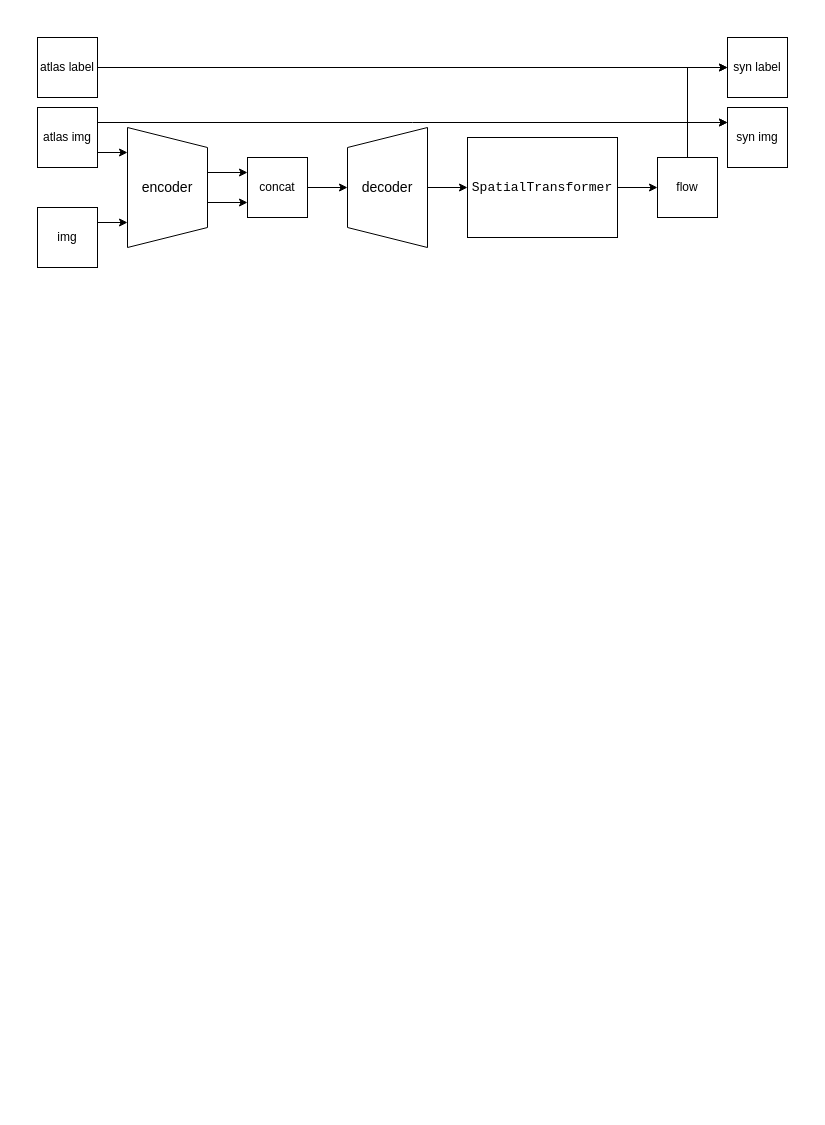
Earlier version of the draw.io diagram v1304.drawio (moreMizzh/drawio). Source tidied: cells renumbered, new cells numbered last; positions are measured from the earlier drawing's top-left corner, leaving out a move shared by most shapes. Both pictures are drawn from the tidied source at 100%, with x=0, y=0 at pixel (37, 37).
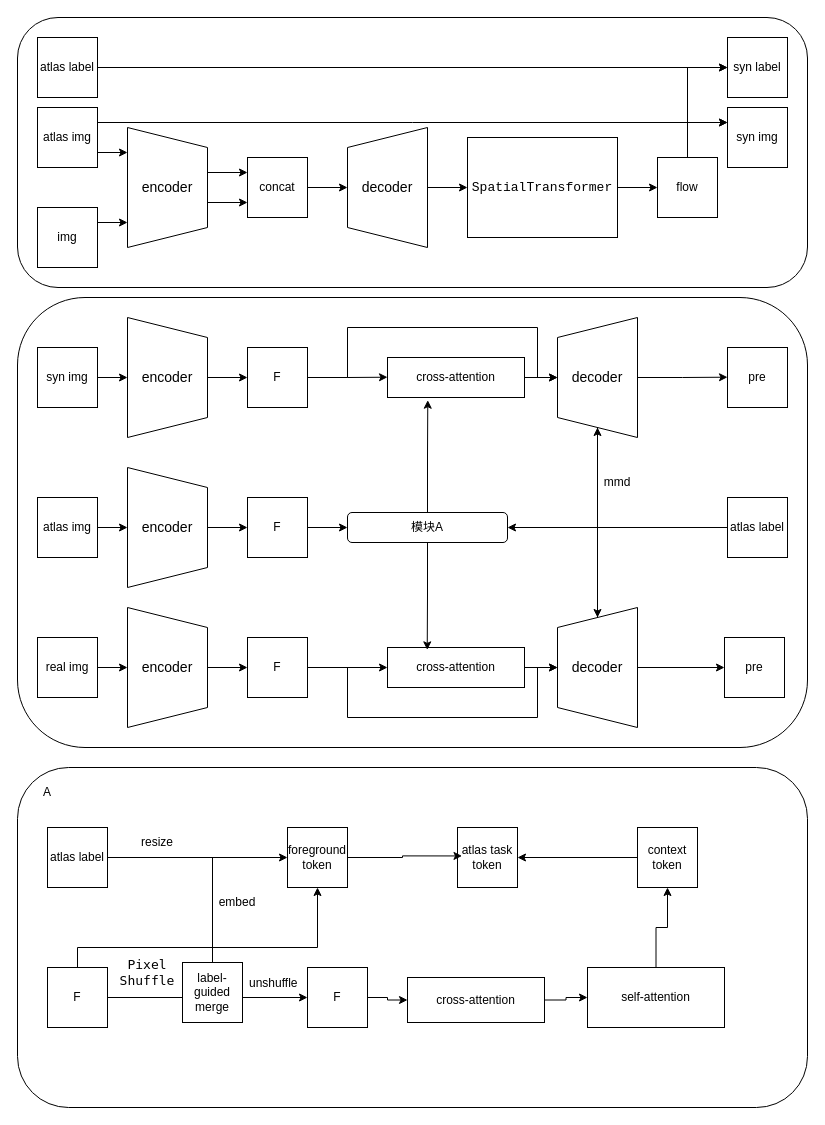
The same diagram, later.

Change to the diagram source:
```diff
@@
+    <mxCell id="29" value="&lt;div&gt;&lt;br/&gt;&lt;/div&gt;" style="rounded=1;whiteSpace=wrap;html=1;fillColor=none;" parent="1" vertex="1">
+      <mxGeometry x="-20" y="730" width="790" height="340" as="geometry" />
+    </mxCell>
+    <mxCell id="30" value="&lt;span style=&quot;font-family: ui-monospace, SFMono-Regular, &amp;quot;SF Mono&amp;quot;, Menlo, Consolas, &amp;quot;Liberation Mono&amp;quot;, monospace; font-size: 13px; text-align: start; background-color: oklab(0.999994 0.0000455678 0.0000200868 / 0.0470588);&quot;&gt;&lt;font style=&quot;color: rgb(0, 0, 0);&quot;&gt;Pixel&lt;/font&gt;&lt;/span&gt;&lt;div&gt;&lt;span style=&quot;font-family: ui-monospace, SFMono-Regular, &amp;quot;SF Mono&amp;quot;, Menlo, Consolas, &amp;quot;Liberation Mono&amp;quot;, monospace; font-size: 13px; text-align: start; background-color: oklab(0.999994 0.0000455678 0.0000200868 / 0.0470588);&quot;&gt;&lt;font style=&quot;color: rgb(0, 0, 0);&quot;&gt;Shuffle&lt;/font&gt;&lt;/span&gt;&lt;/div&gt;" style="text;html=1;whiteSpace=wrap;strokeColor=none;fillColor=none;align=center;verticalAlign=middle;rounded=0;" parent="1" vertex="1">
+      <mxGeometry x="70" y="920" width="80" height="30" as="geometry" />
+    </mxCell>
+    <mxCell id="31" style="rounded=1;whiteSpace=wrap;html=1;fillColor=none;" parent="1" vertex="1">
+      <mxGeometry x="-20" y="-20" width="790" height="270" as="geometry" />
+    </mxCell>
+    <mxCell id="32" style="rounded=1;whiteSpace=wrap;html=1;fillColor=none;" parent="1" vertex="1">
+      <mxGeometry x="-20" y="260" width="790" height="450" as="geometry" />
+    </mxCell>
@@
+    <mxCell id="33" style="group;" parent="1" vertex="1">
+      <mxGeometry x="90" y="280" width="80" height="120" as="geometry" />
+    </mxCell>
+    <mxCell id="34" style="shape=trapezoid;perimeter=trapezoidPerimeter;whiteSpace=wrap;html=1;fixedSize=1;rotation=90;" parent="33" vertex="1">
+      <mxGeometry x="-20" y="20" width="120" height="80" as="geometry" />
+    </mxCell>
+    <mxCell id="35" value="&lt;font style=&quot;font-size: 14px;&quot;&gt;encoder&lt;/font&gt;" style="text;html=1;whiteSpace=wrap;strokeColor=none;fillColor=none;align=center;verticalAlign=middle;rounded=0;" parent="33" vertex="1">
+      <mxGeometry y="30" width="80" height="60" as="geometry" />
+    </mxCell>
+    <mxCell id="36" style="edgeStyle=orthogonalEdgeStyle;rounded=0;jettySize=auto;html=1;exitX=1;exitY=0.5;exitDx=0;exitDy=0;entryX=0;entryY=0.5;entryDx=0;entryDy=0;" parent="1" edge="1" source="37" target="35">
+      <mxGeometry relative="1" as="geometry" />
+    </mxCell>
+    <mxCell id="37" value="syn img" style="whiteSpace=wrap;html=1;" parent="1" vertex="1">
+      <mxGeometry y="310" width="60" height="60" as="geometry" />
+    </mxCell>
+    <mxCell id="38" style="group;" parent="1" vertex="1">
+      <mxGeometry x="90" y="570" width="80" height="120" as="geometry" />
+    </mxCell>
+    <mxCell id="39" style="shape=trapezoid;perimeter=trapezoidPerimeter;whiteSpace=wrap;html=1;fixedSize=1;rotation=90;" parent="38" vertex="1">
+      <mxGeometry x="-20" y="20" width="120" height="80" as="geometry" />
+    </mxCell>
+    <mxCell id="40" value="&lt;font style=&quot;font-size: 14px;&quot;&gt;encoder&lt;/font&gt;" style="text;html=1;whiteSpace=wrap;strokeColor=none;fillColor=none;align=center;verticalAlign=middle;rounded=0;" parent="38" vertex="1">
+      <mxGeometry y="30" width="80" height="60" as="geometry" />
+    </mxCell>
+    <mxCell id="41" style="edgeStyle=orthogonalEdgeStyle;rounded=0;jettySize=auto;html=1;exitX=1;exitY=0.5;exitDx=0;exitDy=0;entryX=0;entryY=0.5;entryDx=0;entryDy=0;" parent="1" edge="1" source="42" target="40">
+      <mxGeometry relative="1" as="geometry" />
+    </mxCell>
+    <mxCell id="42" value="real img" style="whiteSpace=wrap;html=1;" parent="1" vertex="1">
+      <mxGeometry y="600" width="60" height="60" as="geometry" />
+    </mxCell>
+    <mxCell id="43" style="group;" parent="1" vertex="1">
+      <mxGeometry x="90" y="430" width="80" height="120" as="geometry" />
+    </mxCell>
+    <mxCell id="44" style="shape=trapezoid;perimeter=trapezoidPerimeter;whiteSpace=wrap;html=1;fixedSize=1;rotation=90;" parent="43" vertex="1">
+      <mxGeometry x="-20" y="20" width="120" height="80" as="geometry" />
+    </mxCell>
+    <mxCell id="45" value="&lt;font style=&quot;font-size: 14px;&quot;&gt;encoder&lt;/font&gt;" style="text;html=1;whiteSpace=wrap;strokeColor=none;fillColor=none;align=center;verticalAlign=middle;rounded=0;" parent="43" vertex="1">
+      <mxGeometry y="30" width="80" height="60" as="geometry" />
+    </mxCell>
+    <mxCell id="46" style="edgeStyle=orthogonalEdgeStyle;rounded=0;jettySize=auto;html=1;exitX=1;exitY=0.5;exitDx=0;exitDy=0;entryX=0;entryY=0.5;entryDx=0;entryDy=0;" parent="1" edge="1" source="47" target="45">
+      <mxGeometry relative="1" as="geometry" />
+    </mxCell>
+    <mxCell id="47" value="atlas img" style="whiteSpace=wrap;html=1;" parent="1" vertex="1">
+      <mxGeometry y="460" width="60" height="60" as="geometry" />
+    </mxCell>
+    <mxCell id="48" style="edgeStyle=orthogonalEdgeStyle;rounded=0;jettySize=auto;html=1;exitX=0;exitY=0.5;exitDx=0;exitDy=0;entryX=1;entryY=0.5;entryDx=0;entryDy=0;" parent="1" edge="1" source="49" target="53">
+      <mxGeometry relative="1" as="geometry" />
+    </mxCell>
+    <mxCell id="49" value="atlas label" style="whiteSpace=wrap;html=1;" parent="1" vertex="1">
+      <mxGeometry x="690" y="460" width="60" height="60" as="geometry" />
+    </mxCell>
+    <mxCell id="50" style="edgeStyle=orthogonalEdgeStyle;rounded=0;jettySize=auto;html=1;exitX=1;exitY=0.5;exitDx=0;exitDy=0;entryX=0;entryY=0.5;entryDx=0;entryDy=0;" parent="1" edge="1" source="51" target="53">
+      <mxGeometry relative="1" as="geometry" />
+    </mxCell>
+    <mxCell id="51" value="F" style="whiteSpace=wrap;html=1;" parent="1" vertex="1">
+      <mxGeometry x="210" y="460" width="60" height="60" as="geometry" />
+    </mxCell>
+    <mxCell id="52" style="edgeStyle=orthogonalEdgeStyle;rounded=0;jettySize=auto;html=1;exitX=1;exitY=0.5;exitDx=0;exitDy=0;entryX=0;entryY=0.5;entryDx=0;entryDy=0;" parent="1" edge="1" source="45" target="51">
+      <mxGeometry relative="1" as="geometry" />
+    </mxCell>
+    <mxCell id="53" value="模块A" style="rounded=1;whiteSpace=wrap;html=1;" parent="1" vertex="1">
+      <mxGeometry x="310" y="475" width="160" height="30" as="geometry" />
+    </mxCell>
+    <mxCell id="54" style="edgeStyle=orthogonalEdgeStyle;rounded=0;jettySize=auto;html=1;exitX=1;exitY=0.5;exitDx=0;exitDy=0;" parent="1" edge="1" source="56">
+      <mxGeometry relative="1" as="geometry">
+        <mxPoint x="350" y="339.7" as="targetPoint" />
+      </mxGeometry>
+    </mxCell>
+    <mxCell id="55" style="edgeStyle=orthogonalEdgeStyle;rounded=0;jettySize=auto;html=1;exitX=1;exitY=0.5;exitDx=0;exitDy=0;entryX=0;entryY=0.5;entryDx=0;entryDy=0;" parent="1" edge="1" source="56" target="71">
+      <mxGeometry relative="1" as="geometry">
+        <Array as="points">
+          <mxPoint x="310" y="340" />
+          <mxPoint x="310" y="290" />
+          <mxPoint x="500" y="290" />
+          <mxPoint x="500" y="340" />
+        </Array>
+      </mxGeometry>
+    </mxCell>
+    <mxCell id="56" value="F" style="whiteSpace=wrap;html=1;" parent="1" vertex="1">
+      <mxGeometry x="210" y="310" width="60" height="60" as="geometry" />
+    </mxCell>
+    <mxCell id="57" style="edgeStyle=orthogonalEdgeStyle;rounded=0;jettySize=auto;html=1;exitX=1;exitY=0.5;exitDx=0;exitDy=0;entryX=0;entryY=0.5;entryDx=0;entryDy=0;" parent="1" edge="1" source="59" target="65">
+      <mxGeometry relative="1" as="geometry" />
+    </mxCell>
+    <mxCell id="58" style="edgeStyle=orthogonalEdgeStyle;rounded=0;jettySize=auto;html=1;exitX=1;exitY=0.5;exitDx=0;exitDy=0;entryX=0;entryY=0.5;entryDx=0;entryDy=0;" parent="1" edge="1" source="59" target="74">
+      <mxGeometry relative="1" as="geometry">
+        <Array as="points">
+          <mxPoint x="310" y="630" />
+          <mxPoint x="310" y="680" />
+          <mxPoint x="500" y="680" />
+          <mxPoint x="500" y="630" />
+        </Array>
+      </mxGeometry>
+    </mxCell>
+    <mxCell id="59" value="F" style="whiteSpace=wrap;html=1;" parent="1" vertex="1">
+      <mxGeometry x="210" y="600" width="60" height="60" as="geometry" />
+    </mxCell>
+    <mxCell id="60" style="edgeStyle=orthogonalEdgeStyle;rounded=0;jettySize=auto;html=1;exitX=1;exitY=0.5;exitDx=0;exitDy=0;entryX=0;entryY=0.5;entryDx=0;entryDy=0;" parent="1" edge="1" source="40" target="59">
+      <mxGeometry relative="1" as="geometry" />
+    </mxCell>
+    <mxCell id="61" style="edgeStyle=orthogonalEdgeStyle;rounded=0;jettySize=auto;html=1;exitX=1;exitY=0.5;exitDx=0;exitDy=0;entryX=0;entryY=0.5;entryDx=0;entryDy=0;" parent="1" edge="1" source="35" target="56">
+      <mxGeometry relative="1" as="geometry" />
+    </mxCell>
+    <mxCell id="62" style="edgeStyle=orthogonalEdgeStyle;rounded=0;jettySize=auto;html=1;exitX=1;exitY=0.5;exitDx=0;exitDy=0;entryX=0;entryY=0.5;entryDx=0;entryDy=0;" parent="1" edge="1" source="63" target="71">
+      <mxGeometry relative="1" as="geometry" />
+    </mxCell>
+    <mxCell id="63" value="cross-attention" style="whiteSpace=wrap;html=1;" parent="1" vertex="1">
+      <mxGeometry x="350" y="320" width="137" height="40" as="geometry" />
+    </mxCell>
+    <mxCell id="64" style="edgeStyle=orthogonalEdgeStyle;rounded=0;jettySize=auto;html=1;exitX=1;exitY=0.5;exitDx=0;exitDy=0;entryX=0;entryY=0.5;entryDx=0;entryDy=0;" parent="1" edge="1" source="65" target="74">
+      <mxGeometry relative="1" as="geometry" />
+    </mxCell>
+    <mxCell id="65" value="cross-attention" style="whiteSpace=wrap;html=1;" parent="1" vertex="1">
+      <mxGeometry x="350" y="610" width="137" height="40" as="geometry" />
+    </mxCell>
+    <mxCell id="66" style="edgeStyle=orthogonalEdgeStyle;rounded=0;jettySize=auto;html=1;exitX=0.5;exitY=1;exitDx=0;exitDy=0;entryX=0.29;entryY=0.059;entryDx=0;entryDy=0;entryPerimeter=0;" parent="1" edge="1" source="53" target="65">
+      <mxGeometry relative="1" as="geometry" />
+    </mxCell>
+    <mxCell id="67" style="edgeStyle=orthogonalEdgeStyle;rounded=0;jettySize=auto;html=1;exitX=0.5;exitY=0;exitDx=0;exitDy=0;entryX=0.294;entryY=1.068;entryDx=0;entryDy=0;entryPerimeter=0;" parent="1" edge="1" source="53" target="63">
+      <mxGeometry relative="1" as="geometry" />
+    </mxCell>
+    <mxCell id="68" style="group;" parent="1" vertex="1">
+      <mxGeometry x="520" y="280" width="80" height="120" as="geometry" />
+    </mxCell>
+    <mxCell id="69" style="shape=trapezoid;perimeter=trapezoidPerimeter;whiteSpace=wrap;html=1;fixedSize=1;rotation=-90;" parent="68" vertex="1">
+      <mxGeometry x="-20" y="20" width="120" height="80" as="geometry" />
+    </mxCell>
+    <mxCell id="70" style="edgeStyle=orthogonalEdgeStyle;rounded=0;jettySize=auto;html=1;exitX=1;exitY=0.5;exitDx=0;exitDy=0;" parent="68" edge="1" source="71">
+      <mxGeometry relative="1" as="geometry">
+        <mxPoint x="170" y="59.7" as="targetPoint" />
+      </mxGeometry>
+    </mxCell>
+    <mxCell id="71" value="&lt;font style=&quot;font-size: 14px;&quot;&gt;decoder&lt;/font&gt;" style="text;html=1;whiteSpace=wrap;strokeColor=none;fillColor=none;align=center;verticalAlign=middle;rounded=0;" parent="68" vertex="1">
+      <mxGeometry y="30" width="80" height="60" as="geometry" />
+    </mxCell>
+    <mxCell id="72" style="group;" parent="1" vertex="1">
+      <mxGeometry x="520" y="570" width="80" height="120" as="geometry" />
+    </mxCell>
+    <mxCell id="73" style="shape=trapezoid;perimeter=trapezoidPerimeter;whiteSpace=wrap;html=1;fixedSize=1;rotation=-90;" parent="72" vertex="1">
+      <mxGeometry x="-20" y="20" width="120" height="80" as="geometry" />
+    </mxCell>
+    <mxCell id="74" value="&lt;font style=&quot;font-size: 14px;&quot;&gt;decoder&lt;/font&gt;" style="text;html=1;whiteSpace=wrap;strokeColor=none;fillColor=none;align=center;verticalAlign=middle;rounded=0;" parent="72" vertex="1">
+      <mxGeometry y="30" width="80" height="60" as="geometry" />
+    </mxCell>
+    <mxCell id="75" style="edgeStyle=orthogonalEdgeStyle;rounded=0;jettySize=auto;html=1;exitX=0;exitY=0.5;exitDx=0;exitDy=0;entryX=1;entryY=0.5;entryDx=0;entryDy=0;" parent="1" edge="1" source="69" target="73">
+      <mxGeometry relative="1" as="geometry" />
+    </mxCell>
+    <mxCell id="76" style="edgeStyle=orthogonalEdgeStyle;rounded=0;jettySize=auto;html=1;exitX=1;exitY=0.5;exitDx=0;exitDy=0;entryX=0;entryY=0.5;entryDx=0;entryDy=0;" parent="1" edge="1" source="73" target="69">
+      <mxGeometry relative="1" as="geometry" />
+    </mxCell>
+    <mxCell id="77" value="mmd" style="text;html=1;whiteSpace=wrap;strokeColor=none;fillColor=none;align=center;verticalAlign=middle;rounded=0;" parent="1" vertex="1">
+      <mxGeometry x="550" y="430" width="60" height="30" as="geometry" />
+    </mxCell>
+    <mxCell id="78" value="pre" style="whiteSpace=wrap;html=1;" parent="1" vertex="1">
+      <mxGeometry x="690" y="310" width="60" height="60" as="geometry" />
+    </mxCell>
+    <mxCell id="79" style="edgeStyle=orthogonalEdgeStyle;rounded=0;jettySize=auto;html=1;exitX=1;exitY=0.5;exitDx=0;exitDy=0;entryX=0;entryY=0.5;entryDx=0;entryDy=0;" parent="1" edge="1" source="81" target="85">
+      <mxGeometry relative="1" as="geometry" />
+    </mxCell>
+    <mxCell id="80" style="edgeStyle=orthogonalEdgeStyle;rounded=0;jettySize=auto;html=1;exitX=1;exitY=0.5;exitDx=0;exitDy=0;entryX=0.5;entryY=0;entryDx=0;entryDy=0;" parent="1" edge="1" source="81" target="90">
+      <mxGeometry relative="1" as="geometry" />
+    </mxCell>
+    <mxCell id="81" value="atlas label" style="whiteSpace=wrap;html=1;" parent="1" vertex="1">
+      <mxGeometry x="10" y="790" width="60" height="60" as="geometry" />
+    </mxCell>
+    <mxCell id="82" style="edgeStyle=orthogonalEdgeStyle;rounded=0;jettySize=auto;html=1;exitX=1;exitY=0.5;exitDx=0;exitDy=0;entryX=0;entryY=0.5;entryDx=0;entryDy=0;" parent="1" edge="1" source="90" target="87">
+      <mxGeometry relative="1" as="geometry" />
+    </mxCell>
+    <mxCell id="83" style="edgeStyle=orthogonalEdgeStyle;rounded=0;jettySize=auto;html=1;exitX=0.5;exitY=0;exitDx=0;exitDy=0;entryX=0.5;entryY=1;entryDx=0;entryDy=0;" parent="1" edge="1" source="84" target="85">
+      <mxGeometry relative="1" as="geometry">
+        <Array as="points">
+          <mxPoint x="40" y="910" />
+          <mxPoint x="280" y="910" />
+        </Array>
+      </mxGeometry>
+    </mxCell>
+    <mxCell id="84" value="F" style="whiteSpace=wrap;html=1;" parent="1" vertex="1">
+      <mxGeometry x="10" y="930" width="60" height="60" as="geometry" />
+    </mxCell>
+    <mxCell id="85" value="foreground token" style="whiteSpace=wrap;html=1;" parent="1" vertex="1">
+      <mxGeometry x="250" y="790" width="60" height="60" as="geometry" />
+    </mxCell>
+    <mxCell id="86" style="edgeStyle=orthogonalEdgeStyle;rounded=0;jettySize=auto;html=1;exitX=1;exitY=0.5;exitDx=0;exitDy=0;entryX=0;entryY=0.5;entryDx=0;entryDy=0;" parent="1" edge="1" source="87" target="93">
+      <mxGeometry relative="1" as="geometry" />
+    </mxCell>
+    <mxCell id="87" value="F" style="whiteSpace=wrap;html=1;" parent="1" vertex="1">
+      <mxGeometry x="270" y="930" width="60" height="60" as="geometry" />
+    </mxCell>
+    <mxCell id="88" value="embed" style="text;html=1;whiteSpace=wrap;strokeColor=none;fillColor=none;align=center;verticalAlign=middle;rounded=0;" parent="1" vertex="1">
+      <mxGeometry x="170" y="850" width="60" height="30" as="geometry" />
+    </mxCell>
+    <mxCell id="89" style="edgeStyle=orthogonalEdgeStyle;rounded=0;jettySize=auto;html=1;exitX=1;exitY=0.5;exitDx=0;exitDy=0;entryX=0;entryY=0.5;entryDx=0;entryDy=0;" parent="1" edge="1" source="84" target="90">
+      <mxGeometry relative="1" as="geometry" />
+    </mxCell>
+    <mxCell id="90" style="shape=sumEllipse;perimeter=ellipsePerimeter;whiteSpace=wrap;html=1;backgroundOutline=1;" parent="1" vertex="1">
+      <mxGeometry x="160" y="945" width="30" height="30" as="geometry" />
+    </mxCell>
+    <mxCell id="91" value="&lt;p&gt;unshuffle&lt;/p&gt;" style="text;whiteSpace=wrap;html=1;" parent="1" vertex="1">
+      <mxGeometry x="210" y="920" width="50" height="30" as="geometry" />
+    </mxCell>
+    <mxCell id="92" style="edgeStyle=orthogonalEdgeStyle;rounded=0;jettySize=auto;html=1;exitX=1;exitY=0.5;exitDx=0;exitDy=0;entryX=0;entryY=0.5;entryDx=0;entryDy=0;" parent="1" edge="1" source="93" target="95">
+      <mxGeometry relative="1" as="geometry" />
+    </mxCell>
+    <mxCell id="93" value="cross-attention" style="whiteSpace=wrap;html=1;" parent="1" vertex="1">
+      <mxGeometry x="370" y="940" width="137" height="45" as="geometry" />
+    </mxCell>
+    <mxCell id="94" style="edgeStyle=orthogonalEdgeStyle;rounded=0;jettySize=auto;html=1;exitX=0.5;exitY=0;exitDx=0;exitDy=0;entryX=0.5;entryY=1;entryDx=0;entryDy=0;" parent="1" edge="1" source="95" target="97">
+      <mxGeometry relative="1" as="geometry" />
+    </mxCell>
+    <mxCell id="95" value="self-attention" style="whiteSpace=wrap;html=1;" parent="1" vertex="1">
+      <mxGeometry x="550" y="930" width="137" height="60" as="geometry" />
+    </mxCell>
+    <mxCell id="96" style="edgeStyle=orthogonalEdgeStyle;rounded=0;jettySize=auto;html=1;exitX=0;exitY=0.5;exitDx=0;exitDy=0;entryX=1;entryY=0.5;entryDx=0;entryDy=0;" parent="1" edge="1" source="97" target="98">
+      <mxGeometry relative="1" as="geometry" />
+    </mxCell>
+    <mxCell id="97" value="context token" style="whiteSpace=wrap;html=1;" parent="1" vertex="1">
+      <mxGeometry x="600" y="790" width="60" height="60" as="geometry" />
+    </mxCell>
+    <mxCell id="98" value="atlas task token" style="whiteSpace=wrap;html=1;" parent="1" vertex="1">
+      <mxGeometry x="420" y="790" width="60" height="60" as="geometry" />
+    </mxCell>
+    <mxCell id="99" style="edgeStyle=orthogonalEdgeStyle;rounded=0;jettySize=auto;html=1;exitX=1;exitY=0.5;exitDx=0;exitDy=0;entryX=0.075;entryY=0.474;entryDx=0;entryDy=0;entryPerimeter=0;" parent="1" edge="1" source="85" target="98">
+      <mxGeometry relative="1" as="geometry" />
+    </mxCell>
+    <mxCell id="100" value="A" style="text;html=1;whiteSpace=wrap;strokeColor=none;fillColor=none;align=center;verticalAlign=middle;rounded=0;" parent="1" vertex="1">
+      <mxGeometry x="-20" y="740" width="60" height="30" as="geometry" />
+    </mxCell>
+    <mxCell id="101" value="resize" style="text;html=1;whiteSpace=wrap;strokeColor=none;fillColor=none;align=center;verticalAlign=middle;rounded=0;" parent="1" vertex="1">
+      <mxGeometry x="90" y="790" width="60" height="30" as="geometry" />
+    </mxCell>
+    <mxCell id="102" value="&lt;p&gt;label-guided merge&lt;/p&gt;" style="whiteSpace=wrap;html=1;" parent="1" vertex="1">
+      <mxGeometry x="145" y="925" width="60" height="60" as="geometry" />
+    </mxCell>
+    <mxCell id="103" value="pre" style="whiteSpace=wrap;html=1;" parent="1" vertex="1">
+      <mxGeometry x="687" y="600" width="60" height="60" as="geometry" />
+    </mxCell>
+    <mxCell id="104" style="edgeStyle=orthogonalEdgeStyle;rounded=0;jettySize=auto;html=1;exitX=1;exitY=0.5;exitDx=0;exitDy=0;entryX=0;entryY=0.5;entryDx=0;entryDy=0;" parent="1" edge="1" source="74" target="103">
+      <mxGeometry relative="1" as="geometry" />
+    </mxCell>
```
